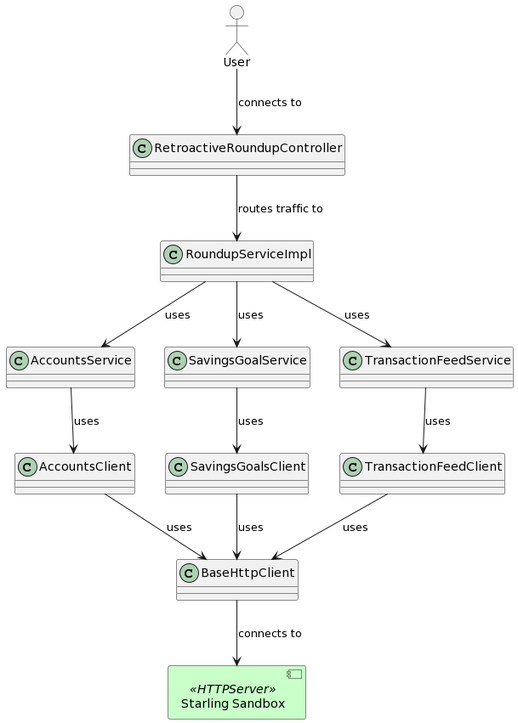
Above: docs/images/classdiagram.png in hughpearse/starling-interview-challenge (PlantUML), before the change.
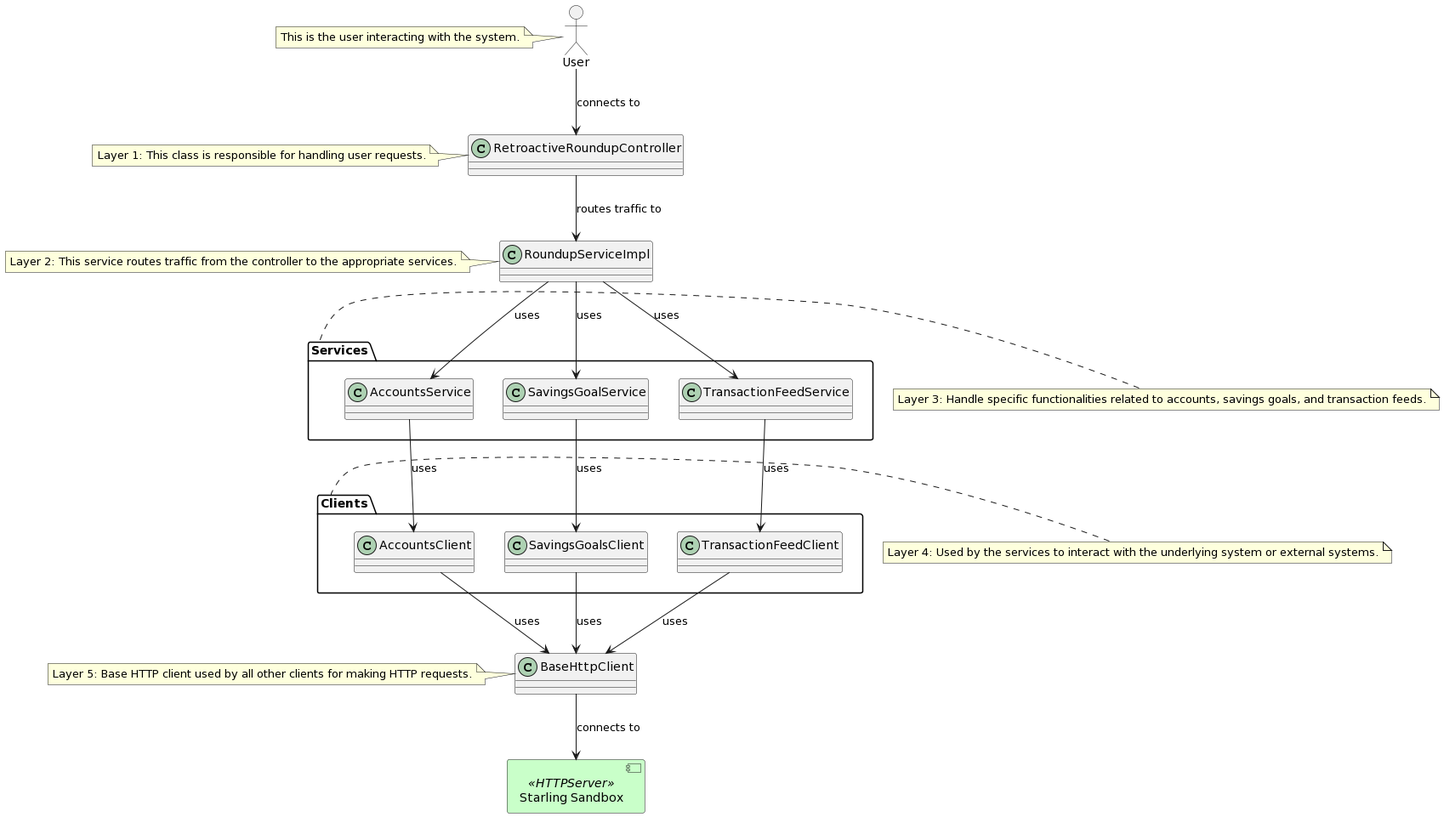
The same diagram one commit later.

Commit message:
updated class diagram

Change to the diagram source:
```diff
@@ -3,18 +3,28 @@
 actor User
 class RetroactiveRoundupController
 class RoundupServiceImpl
-class AccountsService
-class SavingsGoalService
-class TransactionFeedService
-class AccountsClient
-class SavingsGoalsClient
-class TransactionFeedClient
+package "Services" {
+  class AccountsService
+  class SavingsGoalService
+  class TransactionFeedService
+}
+package "Clients" {
+  class AccountsClient
+  class SavingsGoalsClient
+  class TransactionFeedClient
+}
 class BaseHttpClient
 skinparam component {
   BackgroundColor #Technology
 }
 component "Starling Sandbox" as HTTPServer <<HTTPServer>>
 
+note left of User: This is the user interacting with the system.
+note left of RetroactiveRoundupController: Layer 1: This class is responsible for handling user requests.
+note left of RoundupServiceImpl: Layer 2: This service routes traffic from the controller to the appropriate services.
+note left of Services: Layer 3: Handle specific functionalities related to accounts, savings goals, and transaction feeds.
+note left of Clients: Layer 4: Used by the services to interact with the underlying system or external systems.
+note left of BaseHttpClient: Layer 5: Base HTTP client used by all other clients for making HTTP requests.
 User --> RetroactiveRoundupController: connects to
 RetroactiveRoundupController --> RoundupServiceImpl : routes traffic to
 RoundupServiceImpl --> AccountsService : uses
```
